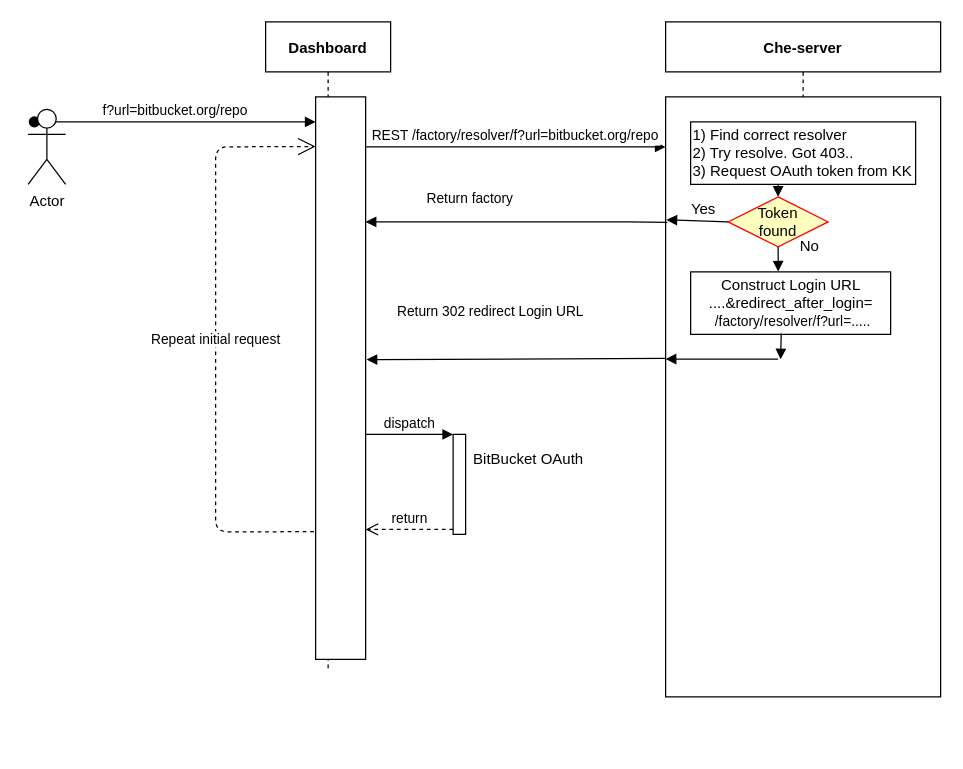
Earlier version of the draw.io diagram Untitled Diagram.drawio (mshaposhnik/spec-docs). Source tidied: cells renumbered, new cells numbered last; positions are measured from the earlier drawing's top-left corner, leaving out a move shared by most shapes. Both pictures are drawn from the tidied source at 125%, with x=0, y=0 at pixel (28, 21).
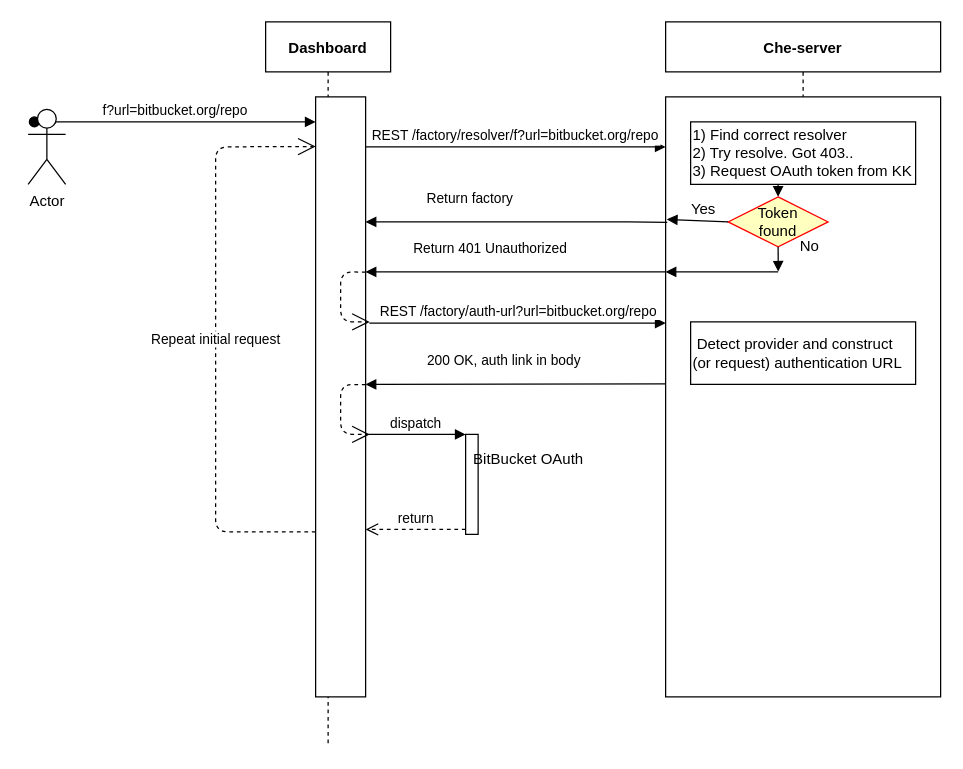
The same page after the edit.

Unchanged cells that the change refers to:
```xml
<mxCell id="5" value="Che-server" style="shape=umlLifeline;perimeter=lifelinePerimeter;rounded=0;shadow=0;strokeWidth=1;fontStyle=1;" parent="1" vertex="1">
  <mxGeometry x="510" width="220" height="540" as="geometry" />
</mxCell>
<mxCell id="6" style="points=[];perimeter=orthogonalPerimeter;rounded=0;shadow=0;strokeWidth=1;" parent="5" vertex="1">
  <mxGeometry y="60" width="220" height="480" as="geometry" />
</mxCell>
<mxCell id="8" value="Token&lt;br&gt;found&lt;br&gt;" style="rhombus;whiteSpace=wrap;html=1;fillColor=#ffffc0;strokeColor=#ff0000;" parent="5" vertex="1">
  <mxGeometry x="50" y="140" width="80" height="40" as="geometry" />
</mxCell>
```

What changed in the source:
```diff
@@
     <mxCell id="2" value="Dashboard" style="shape=umlLifeline;perimeter=lifelinePerimeter;rounded=0;shadow=0;strokeWidth=1;fontStyle=1;" parent="1" vertex="1">
-      <mxGeometry x="190" width="100" height="520" as="geometry" />
+      <mxGeometry x="190" width="100" height="580" as="geometry" />
     </mxCell>
     <mxCell id="3" style="points=[];perimeter=orthogonalPerimeter;rounded=0;shadow=0;strokeWidth=1;" parent="2" vertex="1">
-      <mxGeometry x="40" y="60" width="40" height="450" as="geometry" />
+      <mxGeometry x="40" y="60" width="40" height="480" as="geometry" />
     </mxCell>
@@
+    <mxCell id="26" style="endArrow=open;endSize=12;dashed=1;html=1;exitX=1;exitY=0.292;exitDx=0;exitDy=0;exitPerimeter=0;entryX=1.083;entryY=0.375;entryDx=0;entryDy=0;entryPerimeter=0;" parent="2" edge="1" source="3" target="3">
+      <mxGeometry relative="1" as="geometry">
+        <Array as="points">
+          <mxPoint x="60" y="200" />
+          <mxPoint x="60" y="240" />
+        </Array>
+      </mxGeometry>
+    </mxCell>
+    <mxCell id="27" style="endArrow=open;endSize=12;dashed=1;html=1;exitX=1;exitY=0.292;exitDx=0;exitDy=0;exitPerimeter=0;entryX=1.083;entryY=0.375;entryDx=0;entryDy=0;entryPerimeter=0;" parent="2" edge="1">
+      <mxGeometry relative="1" as="geometry">
+        <mxPoint x="80" y="290.2" as="sourcePoint" />
+        <mxPoint x="83.3" y="330" as="targetPoint" />
+        <Array as="points">
+          <mxPoint x="60" y="290" />
+          <mxPoint x="60" y="330" />
+        </Array>
+      </mxGeometry>
+    </mxCell>
@@
-    <mxCell id="11" value="Construct Login URL&lt;br&gt;....&amp;amp;redirect_after_login=&lt;br&gt;&lt;span style=&quot;font-size: 11px ; background-color: rgb(255 , 255 , 255)&quot;&gt;&amp;nbsp;/factory/resolver/f?url=.....&lt;/span&gt;" style="html=1;align=center;" parent="5" vertex="1">
-      <mxGeometry x="20" y="200" width="160" height="50" as="geometry" />
-    </mxCell>
     <mxCell id="12" style="verticalAlign=bottom;endArrow=block;shadow=0;strokeWidth=1;" parent="5" edge="1">
       <mxGeometry x="0.29" y="-10" relative="1" as="geometry">
-        <mxPoint x="90" y="269.7" as="sourcePoint" />
-        <mxPoint y="269.7" as="targetPoint" />
+        <mxPoint x="90" y="200" as="sourcePoint" />
+        <mxPoint y="200" as="targetPoint" />
       </mxGeometry>
     </mxCell>
-    <mxCell id="13" style="html=1;verticalAlign=bottom;endArrow=block;exitX=0.5;exitY=1;exitDx=0;exitDy=0;entryX=0.438;entryY=-0.004;entryDx=0;entryDy=0;entryPerimeter=0;" parent="5" edge="1" source="8" target="11">
-      <mxGeometry relative="1" as="geometry" />
+    <mxCell id="13" style="html=1;verticalAlign=bottom;endArrow=block;exitX=0.5;exitY=1;exitDx=0;exitDy=0;entryX=0.438;entryY=-0.004;entryDx=0;entryDy=0;entryPerimeter=0;" parent="5" edge="1" source="8">
+      <mxGeometry relative="1" as="geometry">
+        <mxPoint x="90.1" y="199.8" as="targetPoint" />
+      </mxGeometry>
     </mxCell>
-    <mxCell id="14" style="html=1;verticalAlign=bottom;endArrow=block;exitX=0;exitY=0.5;exitDx=0;exitDy=0;entryX=0.003;entryY=0.205;entryDx=0;entryDy=0;entryPerimeter=0;" parent="5" edge="1" source="8" target="6">
-      <mxGeometry relative="1" as="geometry" />
+    <mxCell id="14" style="html=1;verticalAlign=bottom;endArrow=block;exitX=0;exitY=0.5;exitDx=0;exitDy=0;" parent="5" edge="1" source="8">
+      <mxGeometry relative="1" as="geometry">
+        <mxPoint x="1" y="158" as="targetPoint" />
+      </mxGeometry>
     </mxCell>
@@
+    <mxCell id="28" value="&amp;nbsp;Detect provider and construct (or request) authentication URL" style="shape=umlLifeline;perimeter=lifelinePerimeter;whiteSpace=wrap;html=1;align=left;size=50;" parent="5" vertex="1">
+      <mxGeometry x="20" y="240" width="180" height="50" as="geometry" />
+    </mxCell>
@@
-    <mxCell id="19" value="  Return 302 redirect Login URL " style="verticalAlign=bottom;endArrow=block;shadow=0;strokeWidth=1;entryX=1.018;entryY=0.467;entryDx=0;entryDy=0;entryPerimeter=0;exitX=-0.001;exitY=0.436;exitDx=0;exitDy=0;exitPerimeter=0;" parent="1" edge="1" source="6" target="3">
-      <mxGeometry x="0.18" y="-29" relative="1" as="geometry" />
+    <mxCell id="19" value="  Return 401 Unauthorized  " style="verticalAlign=bottom;endArrow=block;shadow=0;strokeWidth=1;" parent="1" edge="1" target="3">
+      <mxGeometry x="0.17" y="-10" relative="1" as="geometry">
+        <mxPoint x="510" y="200" as="sourcePoint" />
+        <Array as="points">
+          <mxPoint x="400" y="200" />
+        </Array>
+      </mxGeometry>
     </mxCell>
     <mxCell id="20" style="html=1;points=[];perimeter=orthogonalPerimeter;" parent="1" vertex="1">
-      <mxGeometry x="340" y="330" width="10" height="80" as="geometry" />
+      <mxGeometry x="350" y="330" width="10" height="80" as="geometry" />
     </mxCell>
@@
-    <mxCell id="24" style="html=1;verticalAlign=bottom;endArrow=block;exitX=0.453;exitY=0.986;exitDx=0;exitDy=0;exitPerimeter=0;" parent="1" edge="1" source="11">
-      <mxGeometry relative="1" as="geometry">
-        <mxPoint x="602" y="270" as="targetPoint" />
-      </mxGeometry>
-    </mxCell>
-    <mxCell id="25" value="Repeat initial request" style="endArrow=open;endSize=12;dashed=1;html=1;exitX=-0.034;exitY=0.773;exitDx=0;exitDy=0;exitPerimeter=0;" parent="1" edge="1" source="3">
+    <mxCell id="25" value="Repeat initial request" style="endArrow=open;endSize=12;dashed=1;html=1;" parent="1" edge="1" source="3">
       <mxGeometry relative="1" as="geometry">
         <mxPoint x="230" y="99.7" as="targetPoint" />
         <Array as="points">
           <mxPoint x="150" y="408" />
           <mxPoint x="150" y="100" />
         </Array>
       </mxGeometry>
     </mxCell>
+    <mxCell id="29" value="&amp;nbsp;REST /factory/auth-url?url=bitbucket.org/repo&amp;nbsp;" style="html=1;verticalAlign=bottom;endArrow=block;entryX=0;entryY=0.377;entryDx=0;entryDy=0;entryPerimeter=0;" parent="1" edge="1" target="6">
+      <mxGeometry relative="1" as="geometry">
+        <mxPoint x="273" y="241" as="sourcePoint" />
+      </mxGeometry>
+    </mxCell>
+    <mxCell id="30" value="&amp;nbsp;200 OK, auth link in body&amp;nbsp;&amp;nbsp;" style="html=1;verticalAlign=bottom;endArrow=block;" parent="1" edge="1">
+      <mxGeometry x="0.07" y="-10" relative="1" as="geometry">
+        <mxPoint x="510" y="289.6" as="sourcePoint" />
+        <mxPoint x="270" y="290" as="targetPoint" />
+      </mxGeometry>
+    </mxCell>
```
